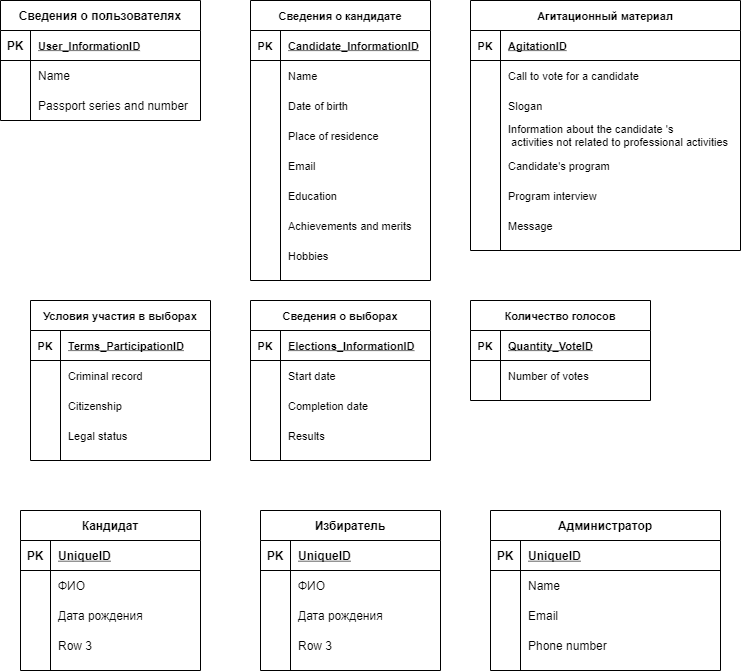
Before: Диаграмма.drawio.png, a diagram exported from draw.io (aleksey899/Inter.MixAN). Source tidied: cells renumbered, new cells last; positions are measured from the earlier drawing's top-left corner, leaving out a move shared by most shapes.
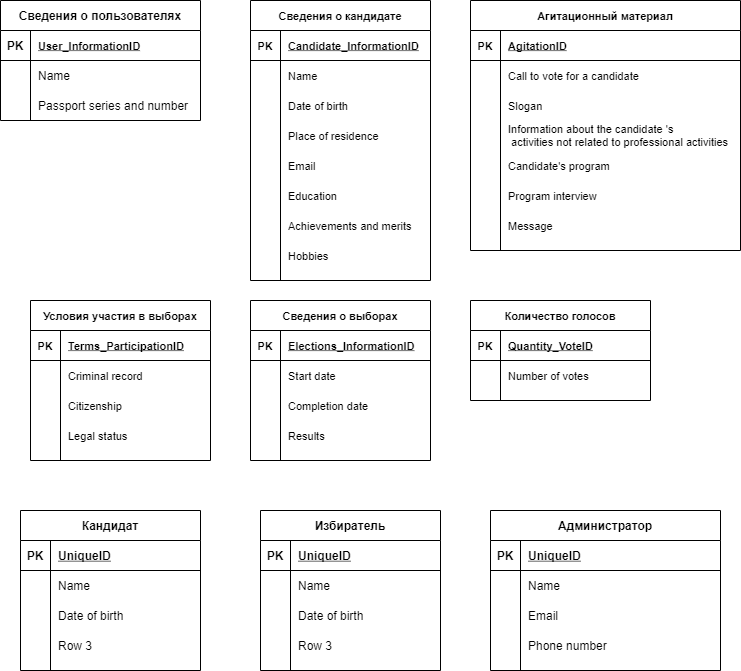
After the commit.

What changed in the source:
```diff
@@ -290,7 +290,7 @@
     <mxCell id="97" style="shape=partialRectangle;fillColor=none;top=0;left=0;bottom=0;right=0;overflow=hidden;" parent="96" vertex="1">
       <mxGeometry width="30" height="30" as="geometry" />
     </mxCell>
-    <mxCell id="98" value="ФИО" style="shape=partialRectangle;fillColor=none;top=0;left=0;bottom=0;right=0;align=left;spacingLeft=6;overflow=hidden;" parent="96" vertex="1">
+    <mxCell id="98" value="Name" style="shape=partialRectangle;fillColor=none;top=0;left=0;bottom=0;right=0;align=left;spacingLeft=6;overflow=hidden;" parent="96" vertex="1">
       <mxGeometry x="30" width="150" height="30" as="geometry" />
     </mxCell>
     <mxCell id="99" style="shape=partialRectangle;fillColor=none;top=0;left=0;bottom=0;right=0;" parent="92" vertex="1">
@@ -299,7 +299,7 @@
     <mxCell id="100" style="shape=partialRectangle;fillColor=none;top=0;left=0;bottom=0;right=0;overflow=hidden;" parent="99" vertex="1">
       <mxGeometry width="30" height="30" as="geometry" />
     </mxCell>
-    <mxCell id="101" value="Дата рождения" style="shape=partialRectangle;fillColor=none;top=0;left=0;bottom=0;right=0;align=left;spacingLeft=6;overflow=hidden;" parent="99" vertex="1">
+    <mxCell id="101" value="Date of birth" style="shape=partialRectangle;fillColor=none;top=0;left=0;bottom=0;right=0;align=left;spacingLeft=6;overflow=hidden;" parent="99" vertex="1">
       <mxGeometry x="30" width="150" height="30" as="geometry" />
     </mxCell>
     <mxCell id="102" style="shape=partialRectangle;fillColor=none;top=0;left=0;bottom=0;right=0;" parent="92" vertex="1">
@@ -329,7 +329,7 @@
     <mxCell id="110" style="shape=partialRectangle;fillColor=none;top=0;left=0;bottom=0;right=0;overflow=hidden;" parent="109" vertex="1">
       <mxGeometry width="30" height="30" as="geometry" />
     </mxCell>
-    <mxCell id="111" value="ФИО" style="shape=partialRectangle;fillColor=none;top=0;left=0;bottom=0;right=0;align=left;spacingLeft=6;overflow=hidden;" parent="109" vertex="1">
+    <mxCell id="111" value="Name" style="shape=partialRectangle;fillColor=none;top=0;left=0;bottom=0;right=0;align=left;spacingLeft=6;overflow=hidden;" parent="109" vertex="1">
       <mxGeometry x="30" width="150" height="30" as="geometry" />
     </mxCell>
     <mxCell id="112" style="shape=partialRectangle;fillColor=none;top=0;left=0;bottom=0;right=0;" parent="105" vertex="1">
@@ -338,7 +338,7 @@
     <mxCell id="113" style="shape=partialRectangle;fillColor=none;top=0;left=0;bottom=0;right=0;overflow=hidden;" parent="112" vertex="1">
       <mxGeometry width="30" height="30" as="geometry" />
     </mxCell>
-    <mxCell id="114" value="Дата рождения" style="shape=partialRectangle;fillColor=none;top=0;left=0;bottom=0;right=0;align=left;spacingLeft=6;overflow=hidden;" parent="112" vertex="1">
+    <mxCell id="114" value="Date of birth" style="shape=partialRectangle;fillColor=none;top=0;left=0;bottom=0;right=0;align=left;spacingLeft=6;overflow=hidden;" parent="112" vertex="1">
       <mxGeometry x="30" width="150" height="30" as="geometry" />
     </mxCell>
     <mxCell id="115" style="shape=partialRectangle;fillColor=none;top=0;left=0;bottom=0;right=0;" parent="105" vertex="1">
```
